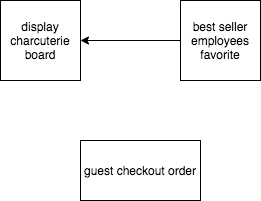
johntran1203/board keeps this draw.io diagram as tables connection.drawio.png. Above is the earlier version. Source tidied: cells renumbered, new cells last; positions are measured from the earlier drawing's top-left corner, leaving out a move shared by most shapes.
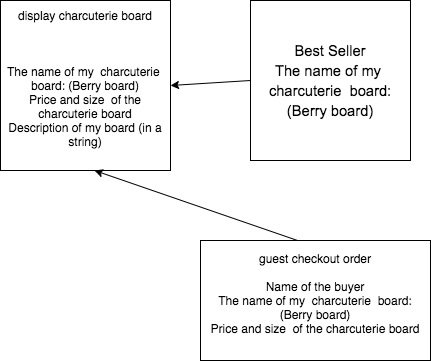
Above is the later version.

Diff of the diagram source:
```diff
@@ -2,17 +2,20 @@
   <root>
     <mxCell id="0" />
     <mxCell id="1" parent="0" />
-    <mxCell id="2" value="display charcuterie board" style="whiteSpace=wrap;html=1;" parent="1" vertex="1">
-      <mxGeometry width="80" height="80" as="geometry" />
+    <mxCell id="2" value="display charcuterie board&lt;br&gt;&lt;br&gt;&lt;br&gt;&lt;br&gt;&lt;div&gt;The name of my&amp;nbsp; charcuterie&amp;nbsp; board: (Berry board)&lt;/div&gt;&lt;div&gt;Price and size&amp;nbsp; of the charcuterie board&lt;/div&gt;&lt;div&gt;Description of my board (in a string)&lt;/div&gt;&lt;div&gt;&lt;br&gt;&lt;/div&gt;" style="whiteSpace=wrap;html=1;fillColor=default;strokeColor=default;fontColor=default;" parent="1" vertex="1">
+      <mxGeometry x="-10" y="-40" width="170" height="170" as="geometry" />
     </mxCell>
-    <mxCell id="3" value="best seller&lt;br&gt;employees&lt;br&gt;favorite" style="whiteSpace=wrap;html=1;" parent="1" vertex="1">
-      <mxGeometry x="180" width="80" height="80" as="geometry" />
+    <mxCell id="3" value="&lt;b style=&quot;font-weight: normal&quot; id=&quot;docs-internal-guid-d34dfa58-7fff-6f2c-9454-85c770aa1a03&quot;&gt;&lt;p dir=&quot;ltr&quot; style=&quot;line-height: 1.38 ; margin-top: 0pt ; margin-bottom: 0pt&quot;&gt;&lt;span style=&quot;font-size: 11pt ; font-family: &amp;#34;arial&amp;#34; ; background-color: transparent ; font-weight: 400 ; font-style: normal ; font-variant: normal ; text-decoration: none ; vertical-align: baseline&quot;&gt;Best Seller&lt;/span&gt;&lt;/p&gt;&lt;p dir=&quot;ltr&quot; style=&quot;line-height: 1.38 ; margin-top: 0pt ; margin-bottom: 0pt&quot;&gt;&lt;span style=&quot;font-size: 11pt ; font-family: &amp;#34;arial&amp;#34; ; background-color: transparent ; font-weight: 400 ; font-style: normal ; font-variant: normal ; text-decoration: none ; vertical-align: baseline&quot;&gt;The name of my&amp;nbsp; charcuterie&amp;nbsp; board: (Berry board)&lt;/span&gt;&lt;/p&gt;&lt;/b&gt;" style="whiteSpace=wrap;html=1;fillColor=default;strokeColor=default;fontColor=default;" parent="1" vertex="1">
+      <mxGeometry x="240" y="-40" width="160" height="160" as="geometry" />
     </mxCell>
-    <mxCell id="4" value="guest checkout order&lt;br&gt;" style="rounded=0;whiteSpace=wrap;html=1;fillColor=default;strokeColor=default;fontColor=default;" parent="1" vertex="1">
-      <mxGeometry x="80" y="140" width="120" height="60" as="geometry" />
+    <mxCell id="4" value="guest checkout order&lt;br&gt;&lt;br&gt;&lt;div&gt;Name of the buyer&lt;/div&gt;&lt;div&gt;The name of my&amp;nbsp; charcuterie&amp;nbsp; board: (Berry board)&lt;/div&gt;&lt;div&gt;Price and size&amp;nbsp; of the charcuterie board&lt;/div&gt;&lt;div&gt;&lt;br&gt;&lt;/div&gt;" style="rounded=0;whiteSpace=wrap;html=1;fillColor=default;strokeColor=default;fontColor=default;" parent="1" vertex="1">
+      <mxGeometry x="190" y="200" width="230" height="120" as="geometry" />
     </mxCell>
     <mxCell id="5" style="endArrow=classic;html=1;rounded=0;fontColor=default;entryX=1;entryY=0.5;entryDx=0;entryDy=0;strokeColor=default;labelBackgroundColor=default;exitX=0;exitY=0.5;exitDx=0;exitDy=0;" parent="1" edge="1" source="3" target="2">
       <mxGeometry relative="1" as="geometry" />
     </mxCell>
+    <mxCell id="6" style="endArrow=classic;html=1;rounded=0;labelBackgroundColor=default;fontColor=default;strokeColor=default;entryX=0.553;entryY=1;entryDx=0;entryDy=0;entryPerimeter=0;exitX=0.422;exitY=0;exitDx=0;exitDy=0;exitPerimeter=0;" parent="1" edge="1" source="4" target="2">
+      <mxGeometry relative="1" as="geometry" />
+    </mxCell>
   </root>
 </mxGraphModel>
```
